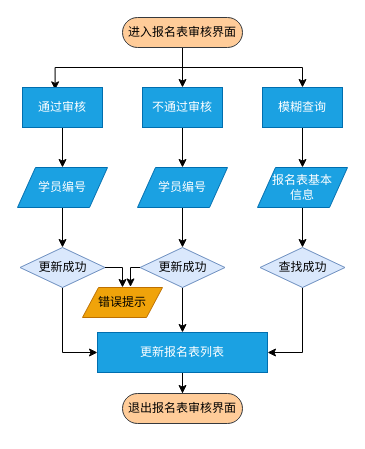
The draw.io diagram jiaxiaoSystem/M02.drawio in Ringo-linqin/drawio, before the edit. Source tidied: cells renumbered, new cells numbered last; positions are measured from the earlier drawing's top-left corner, leaving out a move shared by most shapes. Both pictures are drawn from the tidied source at 100%, with x=0, y=0 at pixel (17, 17).
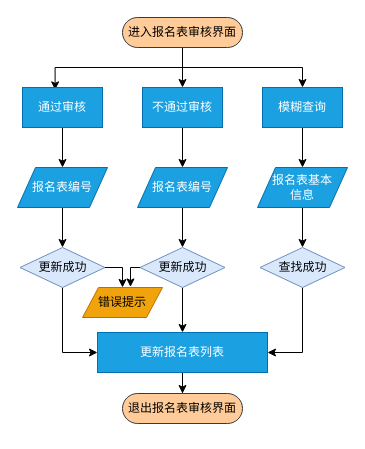
The same diagram, later.

Change to the diagram source:
```diff
@@
-    <mxCell id="14" value="学员编号" style="shape=parallelogram;perimeter=parallelogramPerimeter;whiteSpace=wrap;html=1;dashed=0;fillColor=#1ba1e2;fontColor=#ffffff;strokeColor=#006EAF;" parent="1" vertex="1">
+    <mxCell id="14" value="报名表编号" style="shape=parallelogram;perimeter=parallelogramPerimeter;whiteSpace=wrap;html=1;dashed=0;fillColor=#1ba1e2;fontColor=#ffffff;strokeColor=#006EAF;" parent="1" vertex="1">
       <mxGeometry y="150" width="90" height="40" as="geometry" />
     </mxCell>
@@
-    <mxCell id="16" value="学员编号" style="shape=parallelogram;perimeter=parallelogramPerimeter;whiteSpace=wrap;html=1;dashed=0;fillColor=#1ba1e2;fontColor=#ffffff;strokeColor=#006EAF;" parent="1" vertex="1">
+    <mxCell id="16" value="报名表编号" style="shape=parallelogram;perimeter=parallelogramPerimeter;whiteSpace=wrap;html=1;dashed=0;fillColor=#1ba1e2;fontColor=#ffffff;strokeColor=#006EAF;" parent="1" vertex="1">
       <mxGeometry x="120" y="150" width="90" height="40" as="geometry" />
     </mxCell>
```
